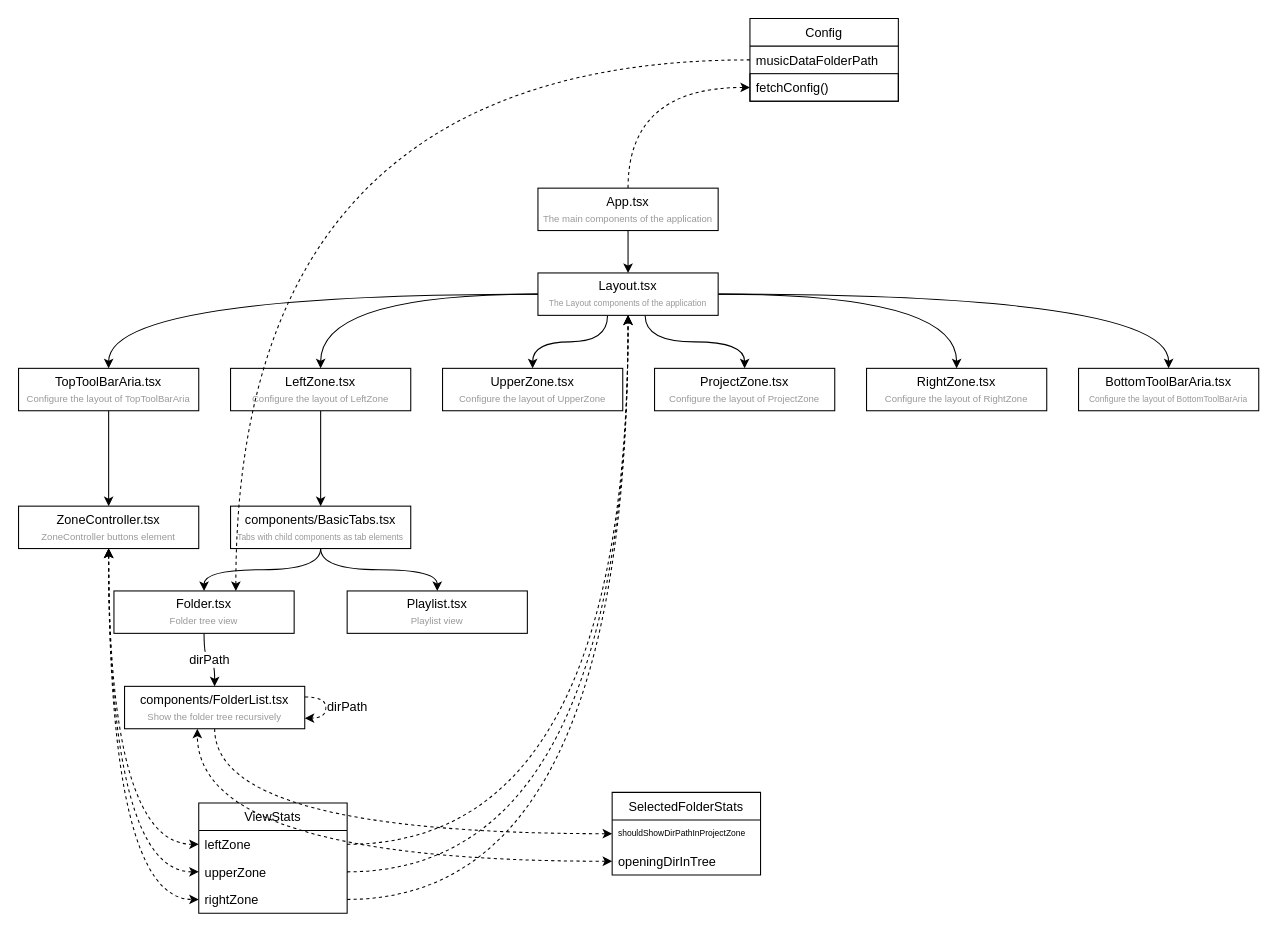
Kashiwade-music/kashiwade-music-player keeps this draw.io diagram as react-component-tree.drawio. Above is the earlier version. Source tidied: cells renumbered, new cells numbered last; positions are measured from the earlier drawing's top-left corner, leaving out a move shared by most shapes. Both pictures are drawn from the tidied source at 106%, with x=0, y=0 at pixel (18, 18).
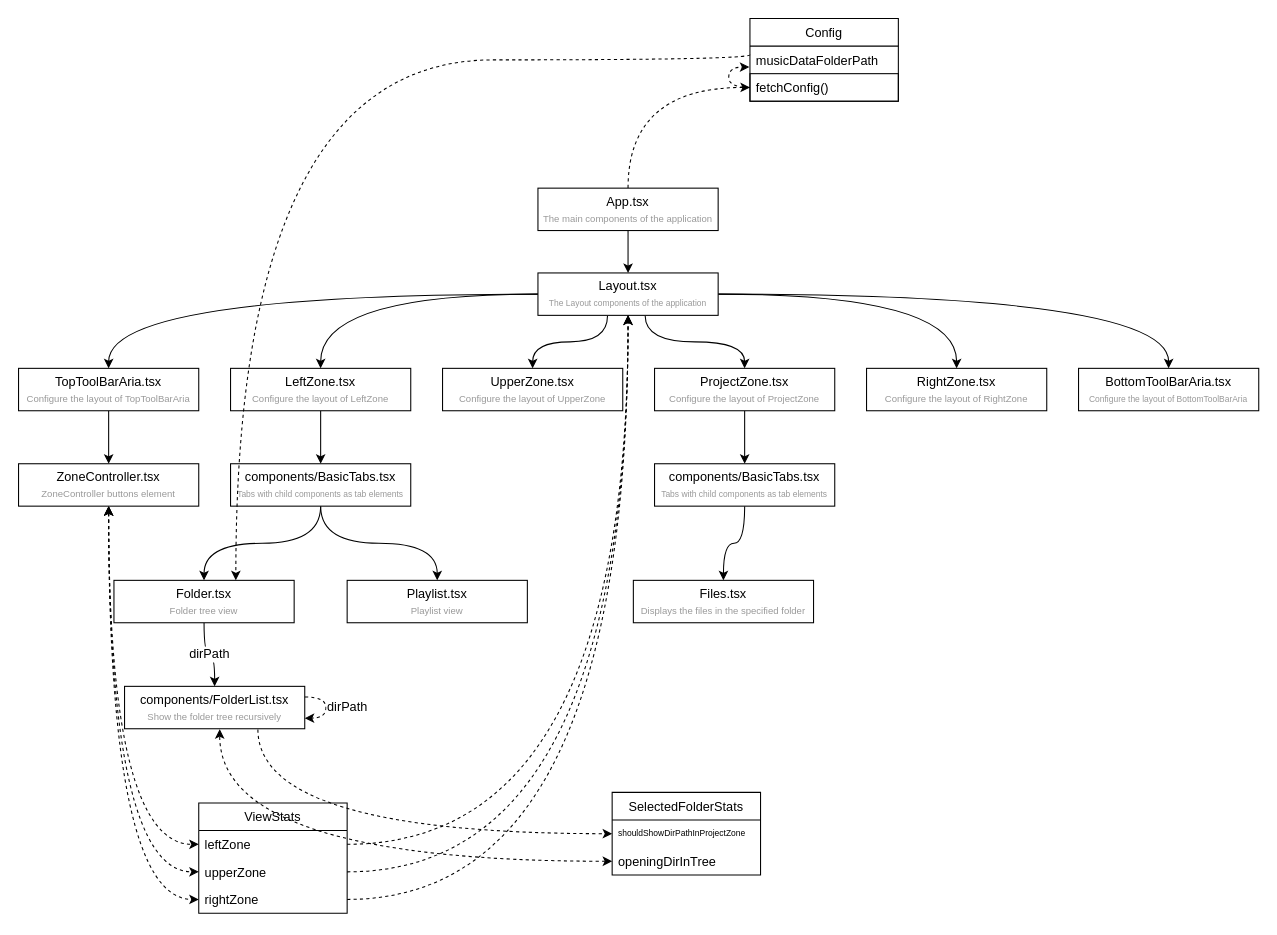
The same diagram, later.

Unchanged cells that the change refers to:
```xml
<mxCell id="13" value="ProjectZone.tsx&lt;br&gt;&lt;font color=&quot;#999999&quot; style=&quot;font-size: 9px&quot;&gt;Configure the layout of ProjectZone&lt;/font&gt;" style="rounded=0;whiteSpace=wrap;html=1;" parent="1" vertex="1">
  <mxGeometry x="600" y="330" width="170" height="40" as="geometry" />
</mxCell>
<mxCell id="26" value="shouldShowDirPathInProjectZone" style="text;strokeColor=none;fillColor=none;align=left;verticalAlign=middle;spacingLeft=4;spacingRight=4;overflow=hidden;points=[[0,0.5],[1,0.5]];portConstraint=eastwest;fontSize=8;" parent="25" vertex="1">
  <mxGeometry y="26" width="140" height="26" as="geometry" />
</mxCell>
<mxCell id="27" value="openingDirInTree" style="text;strokeColor=none;fillColor=none;align=left;verticalAlign=top;spacingLeft=4;spacingRight=4;overflow=hidden;points=[[0,0.5],[1,0.5]];portConstraint=eastwest;" parent="25" vertex="1">
  <mxGeometry y="52" width="140" height="26" as="geometry" />
</mxCell>
<mxCell id="28" value="Config" style="swimlane;fontStyle=0;horizontal=1;startSize=26;fontSize=12;" parent="1" vertex="1">
  <mxGeometry x="690" width="140" height="78" as="geometry" />
</mxCell>
<mxCell id="29" value="musicDataFolderPath" style="text;strokeColor=none;fillColor=none;align=left;verticalAlign=top;spacingLeft=4;spacingRight=4;overflow=hidden;points=[[0,0.5],[1,0.5]];portConstraint=eastwest;" parent="28" vertex="1">
  <mxGeometry y="26" width="140" height="26" as="geometry" />
</mxCell>
<mxCell id="30" value="fetchConfig()" style="text;fillColor=none;align=left;verticalAlign=top;spacingLeft=4;spacingRight=4;overflow=hidden;points=[[0,0.5],[1,0.5]];portConstraint=eastwest;fontSize=12;rounded=0;strokeColor=#000000;" parent="28" vertex="1">
  <mxGeometry y="52" width="140" height="26" as="geometry" />
</mxCell>
<mxCell id="45" value="components/FolderList.tsx&lt;br&gt;&lt;font color=&quot;#999999&quot; style=&quot;font-size: 9px&quot;&gt;Show the folder tree recursively&lt;/font&gt;" style="rounded=0;whiteSpace=wrap;html=1;" parent="1" vertex="1">
  <mxGeometry x="100" y="630" width="170" height="40" as="geometry" />
</mxCell>
```

Diff of the diagram source:
```diff
@@
+    <mxCell id="48" style="edgeStyle=orthogonalEdgeStyle;curved=1;rounded=0;comic=0;jettySize=auto;html=1;entryX=0.5;entryY=0;entryDx=0;entryDy=0;fontSize=12;startArrow=none;startFill=0;endArrow=classic;endFill=1;" parent="1" edge="1" source="13" target="51">
+      <mxGeometry relative="1" as="geometry" />
+    </mxCell>
@@
     <mxCell id="20" value="ZoneController.tsx&lt;br&gt;&lt;font color=&quot;#999999&quot; style=&quot;font-size: 9px&quot;&gt;ZoneController buttons element&lt;/font&gt;" style="rounded=0;whiteSpace=wrap;html=1;" parent="1" vertex="1">
-      <mxGeometry y="460" width="170" height="40" as="geometry" />
+      <mxGeometry y="420" width="170" height="40" as="geometry" />
     </mxCell>
@@
+    <mxCell id="49" style="edgeStyle=orthogonalEdgeStyle;curved=1;rounded=0;comic=0;jettySize=auto;html=1;dashed=1;fontSize=12;startArrow=none;startFill=0;endArrow=classic;endFill=1;entryX=-0.004;entryY=0.761;entryDx=0;entryDy=0;entryPerimeter=0;" parent="28" edge="1" source="30" target="29">
+      <mxGeometry relative="1" as="geometry" />
+    </mxCell>
@@
     <mxCell id="35" value="Folder.tsx&lt;br&gt;&lt;font color=&quot;#999999&quot; style=&quot;font-size: 9px&quot;&gt;Folder tree view&lt;/font&gt;" style="rounded=0;whiteSpace=wrap;html=1;" parent="1" vertex="1">
-      <mxGeometry x="90" y="540" width="170" height="40" as="geometry" />
+      <mxGeometry x="90" y="530" width="170" height="40" as="geometry" />
     </mxCell>
@@
     <mxCell id="38" value="components/BasicTabs.tsx&lt;br&gt;&lt;font color=&quot;#999999&quot; style=&quot;font-size: 8px&quot;&gt;Tabs with child components as tab elements&lt;/font&gt;" style="rounded=0;whiteSpace=wrap;html=1;" parent="1" vertex="1">
-      <mxGeometry x="200" y="460" width="170" height="40" as="geometry" />
+      <mxGeometry x="200" y="420" width="170" height="40" as="geometry" />
     </mxCell>
     <mxCell id="39" value="Playlist.tsx&lt;br&gt;&lt;font color=&quot;#999999&quot; style=&quot;font-size: 9px&quot;&gt;Playlist view&lt;/font&gt;" style="rounded=0;whiteSpace=wrap;html=1;" parent="1" vertex="1">
-      <mxGeometry x="310" y="540" width="170" height="40" as="geometry" />
+      <mxGeometry x="310" y="530" width="170" height="40" as="geometry" />
     </mxCell>
@@
-    <mxCell id="43" style="edgeStyle=orthogonalEdgeStyle;curved=1;rounded=0;comic=0;jettySize=auto;html=1;dashed=1;fontSize=12;startArrow=none;startFill=0;endArrow=classic;endFill=1;" parent="1" edge="1" source="29" target="35">
+    <mxCell id="43" style="edgeStyle=orthogonalEdgeStyle;curved=1;rounded=0;comic=0;jettySize=auto;html=1;dashed=1;fontSize=12;startArrow=none;startFill=0;endArrow=classic;endFill=1;exitX=0.001;exitY=0.311;exitDx=0;exitDy=0;exitPerimeter=0;" parent="1" edge="1" source="29" target="35">
       <mxGeometry relative="1" as="geometry">
         <Array as="points">
+          <mxPoint x="690" y="39" />
           <mxPoint x="205" y="39" />
         </Array>
       </mxGeometry>
     </mxCell>
-    <mxCell id="44" style="edgeStyle=orthogonalEdgeStyle;curved=1;rounded=0;comic=0;jettySize=auto;html=1;dashed=1;fontSize=12;startArrow=none;startFill=0;endArrow=classic;endFill=1;" parent="1" edge="1" source="45" target="26">
+    <mxCell id="44" style="edgeStyle=orthogonalEdgeStyle;curved=1;rounded=0;comic=0;jettySize=auto;html=1;dashed=1;fontSize=12;startArrow=none;startFill=0;endArrow=classic;endFill=1;exitX=0.74;exitY=1.016;exitDx=0;exitDy=0;exitPerimeter=0;" parent="1" edge="1" source="45" target="26">
       <mxGeometry relative="1" as="geometry" />
     </mxCell>
@@
-    <mxCell id="46" style="edgeStyle=orthogonalEdgeStyle;curved=1;rounded=0;comic=0;jettySize=auto;html=1;fontSize=12;startArrow=classic;startFill=1;endArrow=classic;endFill=1;dashed=1;entryX=0.404;entryY=0.999;entryDx=0;entryDy=0;entryPerimeter=0;" parent="1" edge="1" source="27" target="45">
+    <mxCell id="46" style="edgeStyle=orthogonalEdgeStyle;curved=1;rounded=0;comic=0;jettySize=auto;html=1;fontSize=12;startArrow=classic;startFill=1;endArrow=classic;endFill=1;dashed=1;entryX=0.528;entryY=1.01;entryDx=0;entryDy=0;entryPerimeter=0;" parent="1" edge="1" source="27" target="45">
       <mxGeometry relative="1" as="geometry" />
     </mxCell>
@@
+    <mxCell id="50" style="edgeStyle=orthogonalEdgeStyle;curved=1;rounded=0;comic=0;jettySize=auto;html=1;fontSize=12;startArrow=none;startFill=0;endArrow=classic;endFill=1;" parent="1" edge="1" source="51" target="52">
+      <mxGeometry relative="1" as="geometry" />
+    </mxCell>
+    <mxCell id="51" value="components/BasicTabs.tsx&lt;br&gt;&lt;font color=&quot;#999999&quot; style=&quot;font-size: 8px&quot;&gt;Tabs with child components as tab elements&lt;/font&gt;" style="rounded=0;whiteSpace=wrap;html=1;" parent="1" vertex="1">
+      <mxGeometry x="600" y="420" width="170" height="40" as="geometry" />
+    </mxCell>
+    <mxCell id="52" value="Files.tsx&lt;br&gt;&lt;font color=&quot;#999999&quot; style=&quot;font-size: 9px&quot;&gt;Displays the files in the specified folder&lt;/font&gt;" style="rounded=0;whiteSpace=wrap;html=1;" parent="1" vertex="1">
+      <mxGeometry x="580" y="530" width="170" height="40" as="geometry" />
+    </mxCell>
```
